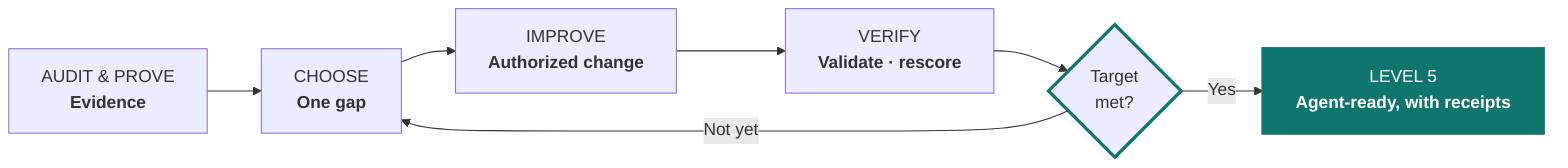
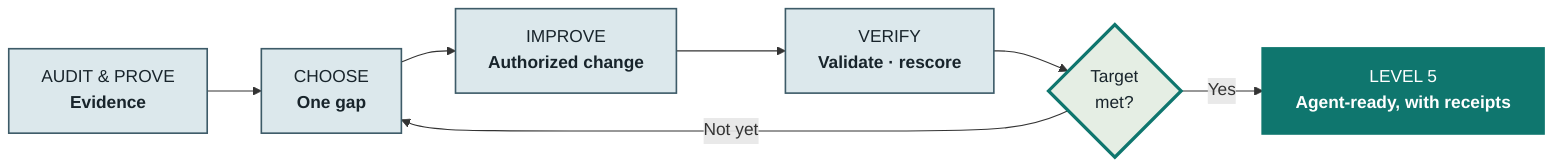
flowchart LR
    audit["AUDIT &amp; PROVE<br/><b>Evidence</b>"] --> gaps["CHOOSE<br/><b>One gap</b>"]
    gaps --> improve["IMPROVE<br/><b>Authorized change</b>"]
    improve --> verify["VERIFY<br/><b>Validate · rescore</b>"]
    verify --> target{"Target<br/>met?"}
    target -- "Not yet" --> gaps
    target -- "Yes" --> level5["LEVEL 5<br/><b>Agent-ready, with receipts</b>"]

-     classDef decision stroke:#0f766e,stroke-width:3px
-     classDef success fill:#0f766e,color:#ffffff,stroke:#0f766e,stroke-width:3px
+     classDef phase fill:#DCE8EC,stroke:#3D5B68,color:#18242B,stroke-width:1.5px
+     classDef decision fill:#E5EEE4,stroke:#0F766E,color:#18242B,stroke-width:3px
+     classDef success fill:#0F766E,color:#FFFFFF,stroke:#0F766E,stroke-width:3px
+     class audit,gaps,improve,verify phase
    class target decision
    class level5 success
